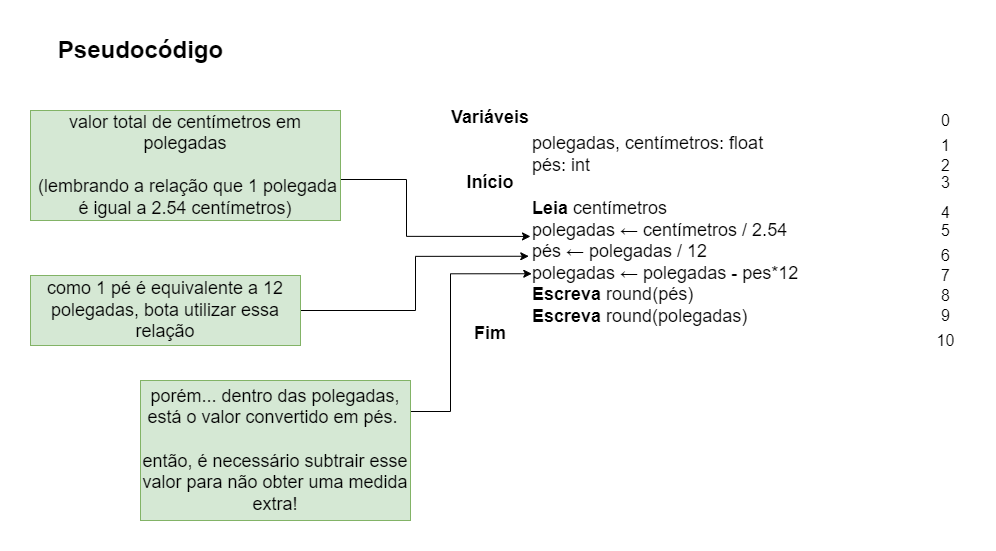
Earlier version of the draw.io export imagens/ex-04.2.png (luizakuze/Monitoria). Source tidied: cells renumbered, new cells last; positions are measured from the earlier drawing's top-left corner, leaving out a move shared by most shapes.
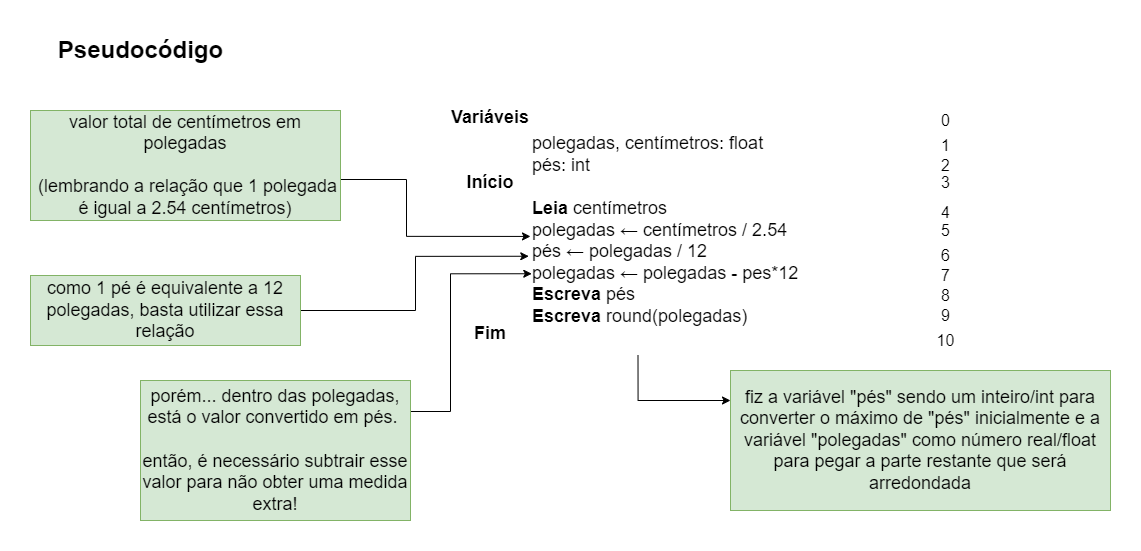
The same diagram one commit later.

The edit, as a diff of the source:
```diff
@@ -5,7 +5,15 @@
     <mxCell id="2" value="Variáveis&lt;br style=&quot;font-size: 18px;&quot;&gt;&lt;br&gt;&lt;br style=&quot;font-size: 18px;&quot;&gt;Início&lt;br style=&quot;font-size: 18px;&quot;&gt;&lt;br style=&quot;font-size: 18px;&quot;&gt;&lt;br style=&quot;font-size: 18px;&quot;&gt;&lt;br style=&quot;font-size: 18px;&quot;&gt;&lt;br style=&quot;font-size: 18px;&quot;&gt;&lt;br&gt;&lt;br&gt;Fim" style="text;html=1;strokeColor=none;fillColor=none;align=center;verticalAlign=middle;whiteSpace=wrap;rounded=0;fontStyle=1;fontSize=18;" parent="1" vertex="1">
       <mxGeometry x="430" y="80" width="60" height="230" as="geometry" />
     </mxCell>
+    <mxCell id="22" style="edgeStyle=orthogonalEdgeStyle;rounded=0;jettySize=auto;html=1;exitX=0.25;exitY=1;exitDx=0;exitDy=0;" parent="1" edge="1" source="3">
+      <mxGeometry relative="1" as="geometry">
+        <mxPoint x="700" y="370" as="targetPoint" />
+        <Array as="points">
+          <mxPoint x="608" y="370" />
+        </Array>
+      </mxGeometry>
+    </mxCell>
-    <mxCell id="3" value="polegadas, centímetros: float&lt;br&gt;pés: int&lt;br style=&quot;font-size: 18px;&quot;&gt;&lt;br style=&quot;font-size: 18px;&quot;&gt;&lt;b style=&quot;font-size: 18px;&quot;&gt;Leia&lt;/b&gt;&amp;nbsp;centímetros&lt;br style=&quot;font-size: 18px;&quot;&gt;polegadas ←&amp;nbsp;centímetros / 2.54&lt;br style=&quot;font-size: 18px;&quot;&gt;pés ← polegadas / 12&lt;br style=&quot;font-size: 18px;&quot;&gt;polegadas ← polegadas - pes*12&lt;br style=&quot;font-size: 18px;&quot;&gt;&lt;div style=&quot;font-size: 18px;&quot;&gt;&lt;b style=&quot;border-color: var(--border-color); font-size: 18px;&quot;&gt;&lt;b style=&quot;border-color: var(--border-color); font-size: 18px;&quot;&gt;Escreva&lt;/b&gt;&amp;nbsp;&lt;/b&gt;&lt;span style=&quot;border-color: var(--border-color); font-size: 18px;&quot;&gt;round&lt;/span&gt;&lt;span style=&quot;border-color: var(--border-color); font-size: 18px;&quot;&gt;(&lt;/span&gt;&lt;span style=&quot;border-color: var(--border-color); font-size: 18px;&quot;&gt;pés)&lt;br style=&quot;font-size: 18px;&quot;&gt;&lt;/span&gt;&lt;/div&gt;&lt;div style=&quot;font-size: 18px;&quot;&gt;&lt;b style=&quot;border-color: var(--border-color); font-size: 18px;&quot;&gt;Escreva&lt;/b&gt;&amp;nbsp;round(polegadas)&lt;br style=&quot;font-size: 18px;&quot;&gt;&lt;/div&gt;" style="text;html=1;strokeColor=none;fillColor=none;align=left;verticalAlign=middle;whiteSpace=wrap;rounded=0;fontSize=18;" parent="1" vertex="1">
+    <mxCell id="3" value="polegadas, centímetros: float&lt;br&gt;pés: int&lt;br style=&quot;font-size: 18px;&quot;&gt;&lt;br style=&quot;font-size: 18px;&quot;&gt;&lt;b style=&quot;font-size: 18px;&quot;&gt;Leia&lt;/b&gt;&amp;nbsp;centímetros&lt;br style=&quot;font-size: 18px;&quot;&gt;polegadas ←&amp;nbsp;centímetros / 2.54&lt;br style=&quot;font-size: 18px;&quot;&gt;pés ← polegadas / 12&lt;br style=&quot;font-size: 18px;&quot;&gt;polegadas ← polegadas - pes*12&lt;br style=&quot;font-size: 18px;&quot;&gt;&lt;div style=&quot;font-size: 18px;&quot;&gt;&lt;b style=&quot;border-color: var(--border-color); font-size: 18px;&quot;&gt;&lt;b style=&quot;border-color: var(--border-color); font-size: 18px;&quot;&gt;Escreva&lt;/b&gt;&amp;nbsp;&lt;/b&gt;&lt;span style=&quot;border-color: var(--border-color); font-size: 18px;&quot;&gt;pés&lt;br style=&quot;font-size: 18px;&quot;&gt;&lt;/span&gt;&lt;/div&gt;&lt;div style=&quot;font-size: 18px;&quot;&gt;&lt;b style=&quot;border-color: var(--border-color); font-size: 18px;&quot;&gt;Escreva&lt;/b&gt;&amp;nbsp;round(polegadas)&lt;br style=&quot;font-size: 18px;&quot;&gt;&lt;/div&gt;" style="text;html=1;strokeColor=none;fillColor=none;align=left;verticalAlign=middle;whiteSpace=wrap;rounded=0;fontSize=18;" parent="1" vertex="1">
       <mxGeometry x="500" y="75" width="430" height="250" as="geometry" />
     </mxCell>
     <mxCell id="4" style="edgeStyle=orthogonalEdgeStyle;rounded=0;jettySize=auto;html=1;entryX=1.062;entryY=0.552;entryDx=0;entryDy=0;entryPerimeter=0;fontSize=18;" parent="1" edge="1" source="5">
@@ -56,7 +64,7 @@
     <mxCell id="17" style="edgeStyle=orthogonalEdgeStyle;rounded=0;jettySize=auto;html=1;exitX=1;exitY=0.5;exitDx=0;exitDy=0;entryX=-0.004;entryY=0.603;entryDx=0;entryDy=0;entryPerimeter=0;fontSize=18;" parent="1" edge="1" source="18" target="3">
       <mxGeometry relative="1" as="geometry" />
     </mxCell>
-    <mxCell id="18" value="como 1 pé é equivalente a 12 polegadas, bota utilizar essa relação" style="text;html=1;strokeColor=#82b366;fillColor=#d5e8d4;align=center;verticalAlign=middle;whiteSpace=wrap;rounded=0;fontSize=18;" parent="1" vertex="1">
+    <mxCell id="18" value="como 1 pé é equivalente a 12 polegadas, basta utilizar essa relação" style="text;html=1;strokeColor=#82b366;fillColor=#d5e8d4;align=center;verticalAlign=middle;whiteSpace=wrap;rounded=0;fontSize=18;" parent="1" vertex="1">
       <mxGeometry y="245" width="270" height="70" as="geometry" />
     </mxCell>
     <mxCell id="19" style="edgeStyle=orthogonalEdgeStyle;rounded=0;jettySize=auto;html=1;exitX=1;exitY=0.5;exitDx=0;exitDy=0;fontSize=18;entryX=0.003;entryY=0.673;entryDx=0;entryDy=0;entryPerimeter=0;" parent="1" edge="1" target="3">
@@ -75,5 +83,8 @@
     <mxCell id="21" value="10" style="text;html=1;align=center;verticalAlign=middle;strokeColor=none;fillColor=none;fontSize=16;" parent="1" vertex="1">
       <mxGeometry x="895" y="295" width="40" height="30" as="geometry" />
     </mxCell>
+    <mxCell id="23" value="fiz a variável &quot;pés&quot; sendo um inteiro/int para converter o máximo de &quot;pés&quot; inicialmente e a variável &quot;polegadas&quot; como número real/float para pegar a parte restante que será arredondada" style="text;html=1;strokeColor=#82b366;fillColor=#d5e8d4;align=center;verticalAlign=middle;whiteSpace=wrap;rounded=0;fontSize=18;" parent="1" vertex="1">
+      <mxGeometry x="700" y="340" width="380" height="140" as="geometry" />
+    </mxCell>
   </root>
 </mxGraphModel>
```
